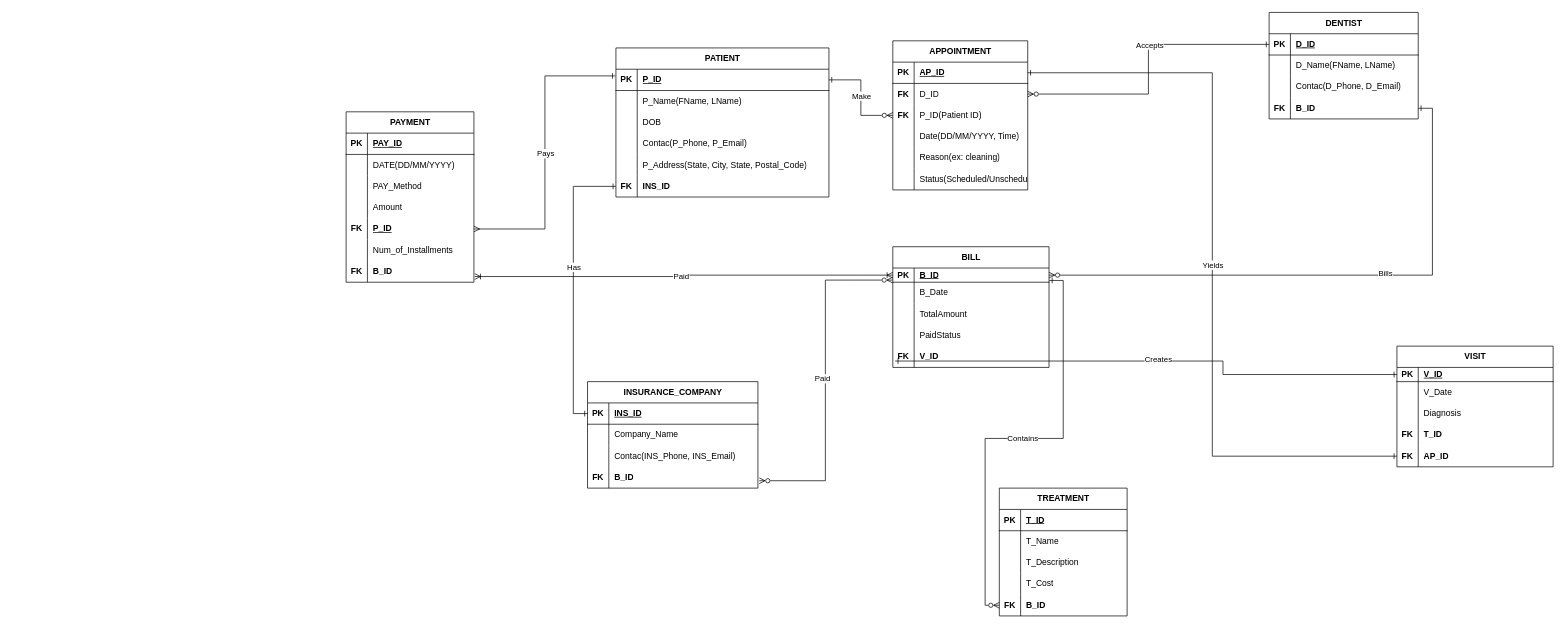
Before: Untitled Diagram.drawio in Varshiha/Database_Project, a draw.io diagram. Source tidied: cells renumbered, new cells numbered last; positions are measured from the earlier drawing's top-left corner, leaving out a move shared by most shapes. Both pictures are drawn from the tidied source at 71%, with x=0, y=0 at pixel (346, 12).
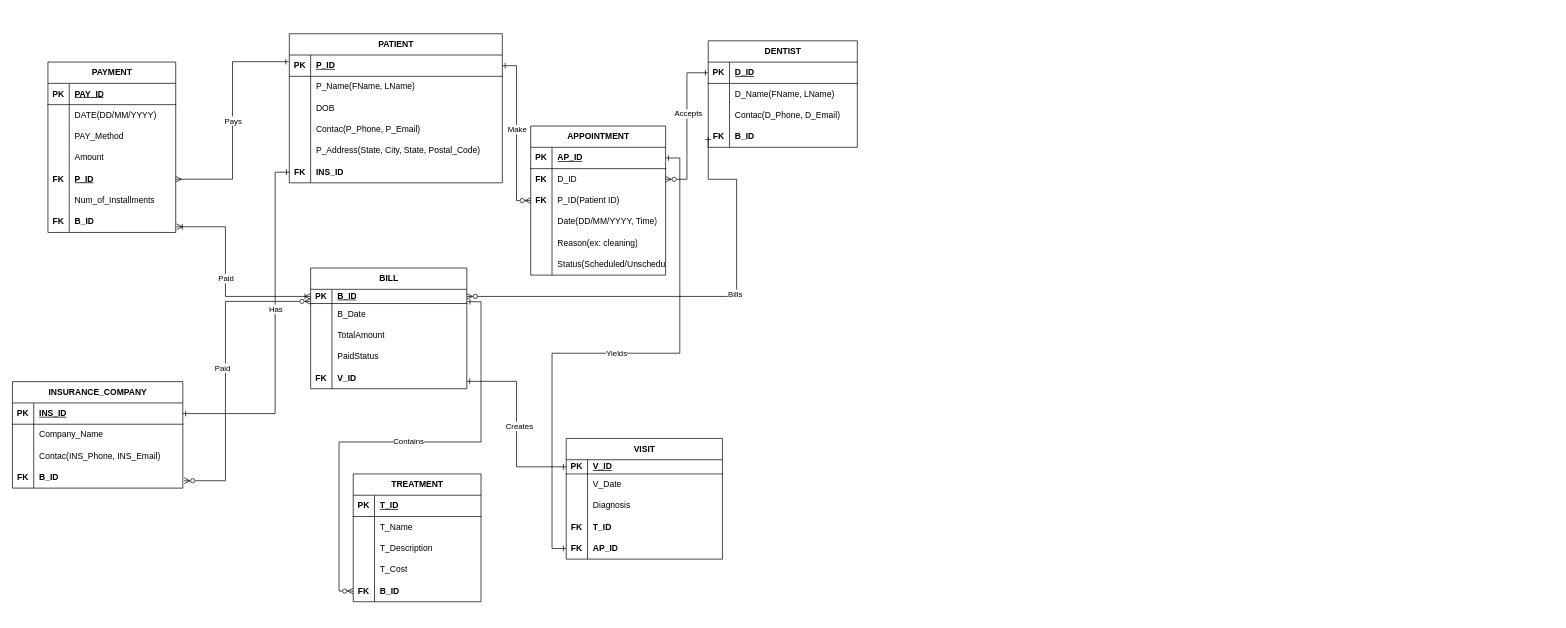
Above is the later version.

Commit message:
Final with foreign keys

Unchanged cells that the change refers to:
```xml
<mxCell id="18" style="shape=tableRow;horizontal=0;startSize=0;swimlaneHead=0;swimlaneBody=0;fillColor=none;points=[[0,0.5],[1,0.5]];portConstraint=eastwest;top=0;left=0;right=0;bottom=0;strokeColor=default;align=center;verticalAlign=middle;fontFamily=Helvetica;fontSize=12;fontColor=default;fontStyle=1;" parent="2" vertex="1">
  <mxGeometry y="180" width="300" height="30" as="geometry" />
</mxCell>
<mxCell id="22" style="shape=tableRow;horizontal=0;startSize=0;swimlaneHead=0;swimlaneBody=0;fillColor=none;points=[[0,0.5],[1,0.5]];portConstraint=eastwest;top=0;left=0;right=0;bottom=1;strokeColor=default;align=center;verticalAlign=middle;fontFamily=Helvetica;fontSize=12;fontColor=default;fontStyle=1;" parent="21" vertex="1">
  <mxGeometry y="30" width="220" height="20" as="geometry" />
</mxCell>
<mxCell id="38" style="shape=tableRow;horizontal=0;startSize=0;swimlaneHead=0;swimlaneBody=0;fillColor=none;points=[[0,0.5],[1,0.5]];portConstraint=eastwest;top=0;left=0;right=0;bottom=1;strokeColor=default;align=center;verticalAlign=middle;fontFamily=Helvetica;fontSize=12;fontColor=default;fontStyle=1;" parent="37" vertex="1">
  <mxGeometry y="30" width="220" height="20" as="geometry" />
</mxCell>
<mxCell id="50" style="shape=tableRow;horizontal=0;startSize=0;swimlaneHead=0;swimlaneBody=0;fillColor=none;points=[[0,0.5],[1,0.5]];portConstraint=eastwest;top=0;left=0;right=0;bottom=0;strokeColor=default;align=center;verticalAlign=middle;fontFamily=Helvetica;fontSize=12;fontColor=default;fontStyle=1;" parent="37" vertex="1">
  <mxGeometry y="140" width="220" height="30" as="geometry" />
</mxCell>
<mxCell id="63" style="shape=tableRow;horizontal=0;startSize=0;swimlaneHead=0;swimlaneBody=0;fillColor=none;points=[[0,0.5],[1,0.5]];portConstraint=eastwest;top=0;left=0;right=0;bottom=0;" parent="53" vertex="1">
  <mxGeometry y="120" width="210" height="30" as="geometry" />
</mxCell>
<mxCell id="104" style="shape=tableRow;horizontal=0;startSize=0;swimlaneHead=0;swimlaneBody=0;fillColor=none;points=[[0,0.5],[1,0.5]];portConstraint=eastwest;top=0;left=0;right=0;bottom=0;" parent="85" vertex="1">
  <mxGeometry y="210" width="180" height="30" as="geometry" />
</mxCell>
<mxCell id="108" style="shape=tableRow;horizontal=0;startSize=0;swimlaneHead=0;swimlaneBody=0;fillColor=none;points=[[0,0.5],[1,0.5]];portConstraint=eastwest;top=0;left=0;right=0;bottom=1;" parent="107" vertex="1">
  <mxGeometry y="30" width="240" height="30" as="geometry" />
</mxCell>
<mxCell id="117" style="shape=tableRow;horizontal=0;startSize=0;swimlaneHead=0;swimlaneBody=0;fillColor=none;points=[[0,0.5],[1,0.5]];portConstraint=eastwest;top=0;left=0;right=0;bottom=0;fontStyle=1;" parent="107" vertex="1">
  <mxGeometry y="120" width="240" height="30" as="geometry" />
</mxCell>
```

What changed in the source:
```diff
@@
     <mxCell id="2" value="PATIENT" style="shape=table;startSize=30;childLayout=tableLayout;rowLines=0;fontStyle=1;align=center;html=1;strokeColor=default;verticalAlign=middle;fontFamily=Helvetica;fontSize=12;fontColor=default;fillColor=default;" parent="1" vertex="1">
-      <mxGeometry x="380" y="50" width="300" height="210" as="geometry" />
+      <mxGeometry x="-80" y="30" width="300" height="210" as="geometry" />
     </mxCell>
@@
     <mxCell id="21" value="VISIT" style="shape=table;startSize=30;childLayout=tableLayout;rowLines=0;fontStyle=1;align=center;html=1;strokeColor=default;verticalAlign=middle;fontFamily=Helvetica;fontSize=12;fontColor=default;fillColor=default;" parent="1" vertex="1">
-      <mxGeometry x="1480" y="470" width="220" height="170" as="geometry" />
+      <mxGeometry x="310" y="600" width="220" height="170" as="geometry" />
     </mxCell>
@@
     <mxCell id="37" value="BILL" style="shape=table;startSize=30;childLayout=tableLayout;rowLines=0;fontStyle=1;align=center;html=1;strokeColor=default;verticalAlign=middle;fontFamily=Helvetica;fontSize=12;fontColor=default;fillColor=default;" parent="1" vertex="1">
-      <mxGeometry x="770" y="330" width="220" height="170" as="geometry" />
+      <mxGeometry x="-50" y="360" width="220" height="170" as="geometry" />
     </mxCell>
@@
     <mxCell id="53" value="DENTIST" style="shape=table;startSize=30;childLayout=tableLayout;rowLines=0;fontStyle=1;align=center;html=1;" parent="1" vertex="1">
-      <mxGeometry x="1300" width="210" height="150" as="geometry" />
+      <mxGeometry x="510" y="40" width="210" height="150" as="geometry" />
     </mxCell>
@@
     <mxCell id="66" value="APPOINTMENT" style="shape=table;startSize=30;childLayout=tableLayout;rowLines=0;fontStyle=1;align=center;html=1;" parent="1" vertex="1">
-      <mxGeometry x="770" y="40" width="190" height="210" as="geometry" />
+      <mxGeometry x="260" y="160" width="190" height="210" as="geometry" />
     </mxCell>
@@
     <mxCell id="85" value="PAYMENT" style="shape=table;startSize=30;childLayout=tableLayout;rowLines=0;fontStyle=1;align=center;html=1;" parent="1" vertex="1">
-      <mxGeometry y="140" width="180" height="240" as="geometry" />
+      <mxGeometry x="-420" y="69.9" width="180" height="240" as="geometry" />
     </mxCell>
@@
     <mxCell id="107" value="INSURANCE_COMPANY" style="shape=table;startSize=30;childLayout=tableLayout;rowLines=0;fontStyle=1;align=center;html=1;" parent="1" vertex="1">
-      <mxGeometry x="340" y="520" width="240" height="150" as="geometry" />
+      <mxGeometry x="-470" y="520" width="240" height="150" as="geometry" />
     </mxCell>
@@
     <mxCell id="120" value="TREATMENT" style="shape=table;startSize=30;childLayout=tableLayout;rowLines=0;fontStyle=1;align=center;html=1;" parent="1" vertex="1">
-      <mxGeometry x="920" y="670" width="180" height="180" as="geometry" />
+      <mxGeometry x="10" y="650" width="180" height="180" as="geometry" />
     </mxCell>
@@
-    <mxCell id="142" style="edgeStyle=orthogonalEdgeStyle;rounded=0;jettySize=auto;html=1;entryX=0.015;entryY=0.7;entryDx=0;entryDy=0;entryPerimeter=0;startArrow=ERone;startFill=0;endArrow=ERone;endFill=0;" parent="1" edge="1" source="22" target="50">
-      <mxGeometry relative="1" as="geometry" />
+    <mxCell id="142" style="edgeStyle=orthogonalEdgeStyle;rounded=0;jettySize=auto;html=1;startArrow=ERone;startFill=0;endArrow=ERone;endFill=0;entryX=1;entryY=0.653;entryDx=0;entryDy=0;entryPerimeter=0;exitX=0;exitY=0.5;exitDx=0;exitDy=0;" parent="1" edge="1" source="22" target="50">
+      <mxGeometry relative="1" as="geometry">
+        <Array as="points">
+          <mxPoint x="240" y="640" />
+          <mxPoint x="240" y="520" />
+        </Array>
+      </mxGeometry>
     </mxCell>
@@
-    <mxCell id="144" style="edgeStyle=orthogonalEdgeStyle;rounded=0;jettySize=auto;html=1;exitX=1;exitY=0.5;exitDx=0;exitDy=0;entryX=1;entryY=0.5;entryDx=0;entryDy=0;startArrow=ERone;startFill=0;endArrow=ERzeroToMany;endFill=0;" parent="1" edge="1" source="63" target="38">
-      <mxGeometry relative="1" as="geometry" />
+    <mxCell id="144" style="edgeStyle=orthogonalEdgeStyle;rounded=0;jettySize=auto;html=1;exitX=0;exitY=0.5;exitDx=0;exitDy=0;entryX=1;entryY=0.5;entryDx=0;entryDy=0;startArrow=ERone;startFill=0;endArrow=ERzeroToMany;endFill=0;" parent="1" edge="1" source="63" target="38">
+      <mxGeometry relative="1" as="geometry">
+        <Array as="points">
+          <mxPoint x="550" y="235" />
+          <mxPoint x="550" y="400" />
+        </Array>
+      </mxGeometry>
     </mxCell>
@@
     <mxCell id="148" style="edgeStyle=orthogonalEdgeStyle;rounded=0;jettySize=auto;html=1;entryX=1.007;entryY=0.733;entryDx=0;entryDy=0;entryPerimeter=0;endArrow=ERoneToMany;endFill=0;startArrow=ERoneToMany;startFill=0;" parent="1" edge="1" source="38" target="104">
-      <mxGeometry relative="1" as="geometry" />
+      <mxGeometry relative="1" as="geometry">
+        <Array as="points">
+          <mxPoint x="-170" y="400" />
+          <mxPoint x="-170" y="302" />
+        </Array>
+      </mxGeometry>
     </mxCell>
@@
     <mxCell id="150" style="edgeStyle=orthogonalEdgeStyle;rounded=0;jettySize=auto;html=1;exitX=-0.001;exitY=0.849;exitDx=0;exitDy=0;entryX=1.008;entryY=0.653;entryDx=0;entryDy=0;entryPerimeter=0;startArrow=ERzeroToMany;startFill=0;endArrow=ERzeroToMany;endFill=0;exitPerimeter=0;" parent="1" edge="1" source="38" target="117">
-      <mxGeometry relative="1" as="geometry" />
+      <mxGeometry relative="1" as="geometry">
+        <Array as="points">
+          <mxPoint x="-170" y="407" />
+          <mxPoint x="-170" y="660" />
+        </Array>
+      </mxGeometry>
     </mxCell>
@@
-    <mxCell id="152" style="edgeStyle=orthogonalEdgeStyle;rounded=0;jettySize=auto;html=1;exitX=0;exitY=0.5;exitDx=0;exitDy=0;entryX=0;entryY=0.5;entryDx=0;entryDy=0;startArrow=ERone;startFill=0;endArrow=ERone;endFill=0;" parent="1" edge="1" source="108" target="18">
+    <mxCell id="152" style="edgeStyle=orthogonalEdgeStyle;rounded=0;jettySize=auto;html=1;exitX=1;exitY=0.5;exitDx=0;exitDy=0;startArrow=ERone;startFill=0;endArrow=ERone;endFill=0;entryX=0;entryY=0.5;entryDx=0;entryDy=0;" parent="1" edge="1" source="108" target="18">
       <mxGeometry relative="1" as="geometry">
         <Array as="points">
-          <mxPoint x="320" y="565" />
-          <mxPoint x="320" y="245" />
+          <mxPoint x="-100" y="565" />
+          <mxPoint x="-100" y="225" />
         </Array>
       </mxGeometry>
     </mxCell>
```
